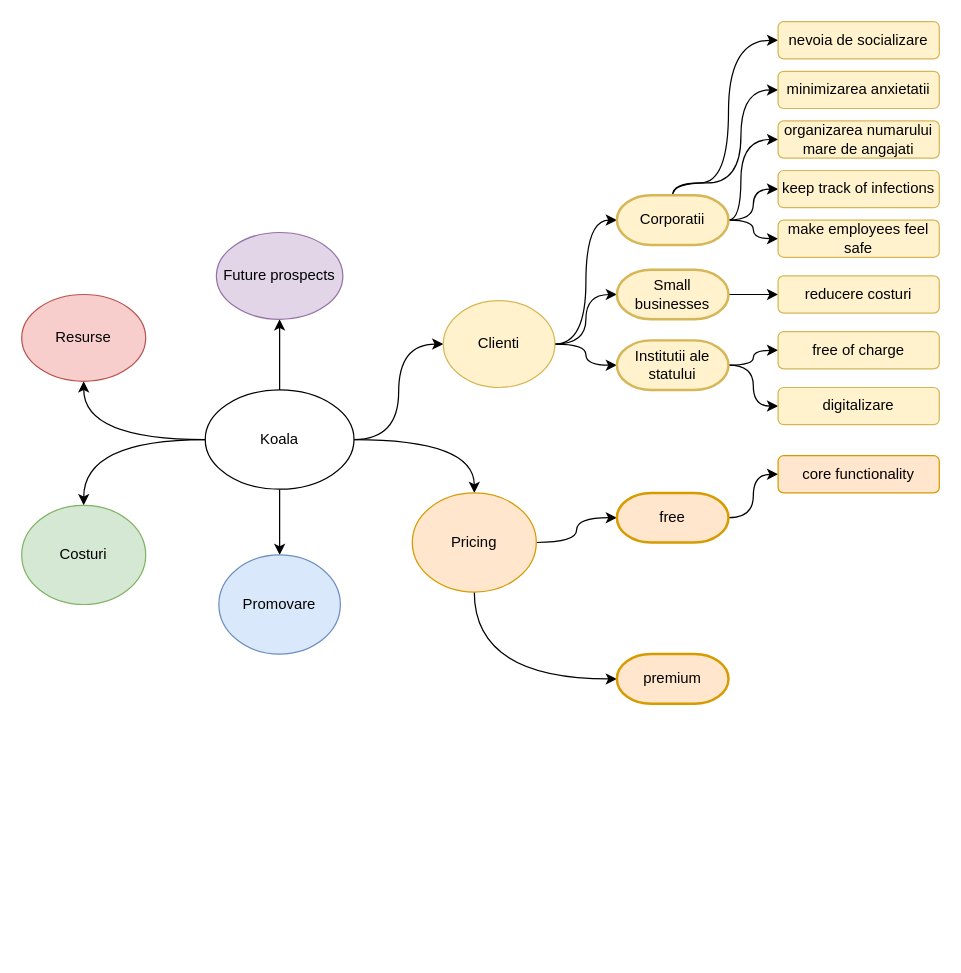
Above: Koala mind map.drawio in dariusmunteanu/Diagrams (draw.io), before the change. Source tidied: cells renumbered, new cells numbered last; positions are measured from the earlier drawing's top-left corner, leaving out a move shared by most shapes. Both pictures are drawn from the tidied source at 124%, with x=0, y=0 at pixel (21, 21).
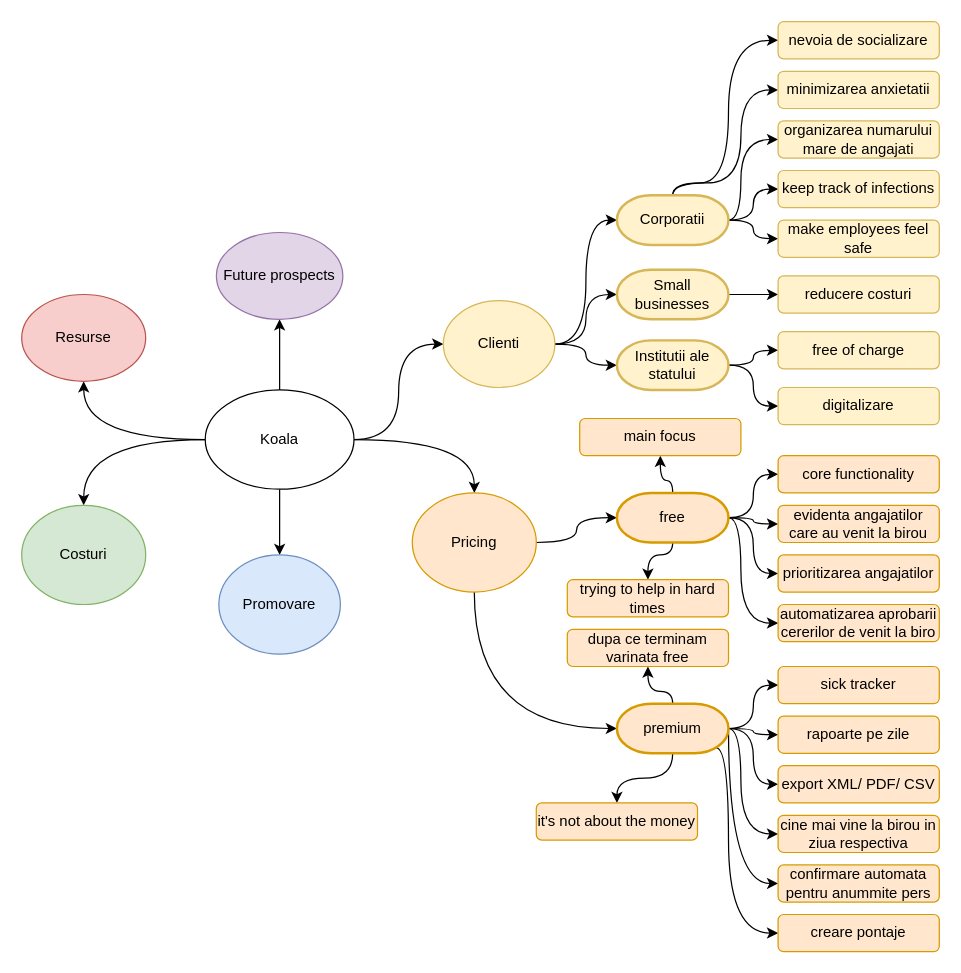
The same page after the edit.

The change refers to these unchanged cells:
```xml
<mxCell id="40" value="free" style="strokeWidth=2;html=1;shape=mxgraph.flowchart.terminator;whiteSpace=wrap;fillColor=#ffe6cc;strokeColor=#d79b00;" parent="1" vertex="1">
  <mxGeometry x="480" y="380" width="90" height="40" as="geometry" />
</mxCell>
```

Diff of the diagram source:
```diff
@@
+    <mxCell id="43" style="edgeStyle=orthogonalEdgeStyle;curved=1;jettySize=auto;html=1;entryX=0;entryY=0.5;entryDx=0;entryDy=0;" parent="1" edge="1" source="40" target="56">
+      <mxGeometry relative="1" as="geometry" />
+    </mxCell>
+    <mxCell id="44" style="edgeStyle=orthogonalEdgeStyle;curved=1;jettySize=auto;html=1;exitX=1;exitY=0.5;exitDx=0;exitDy=0;exitPerimeter=0;entryX=0;entryY=0.5;entryDx=0;entryDy=0;" parent="1" edge="1" source="40" target="57">
+      <mxGeometry relative="1" as="geometry" />
+    </mxCell>
+    <mxCell id="45" style="edgeStyle=orthogonalEdgeStyle;curved=1;jettySize=auto;html=1;exitX=1;exitY=0.5;exitDx=0;exitDy=0;exitPerimeter=0;entryX=0;entryY=0.5;entryDx=0;entryDy=0;" parent="1" edge="1" source="40" target="58">
+      <mxGeometry relative="1" as="geometry">
+        <Array as="points">
+          <mxPoint x="580" y="400" />
+          <mxPoint x="580" y="485" />
+        </Array>
+      </mxGeometry>
+    </mxCell>
+    <mxCell id="46" style="edgeStyle=orthogonalEdgeStyle;curved=1;jettySize=auto;html=1;entryX=0.5;entryY=1;entryDx=0;entryDy=0;" parent="1" edge="1" source="40" target="65">
+      <mxGeometry relative="1" as="geometry">
+        <Array as="points">
+          <mxPoint x="525" y="370" />
+          <mxPoint x="515" y="370" />
+        </Array>
+      </mxGeometry>
+    </mxCell>
+    <mxCell id="47" style="edgeStyle=orthogonalEdgeStyle;curved=1;jettySize=auto;html=1;entryX=0.5;entryY=0;entryDx=0;entryDy=0;" parent="1" edge="1" source="40" target="66">
+      <mxGeometry relative="1" as="geometry">
+        <Array as="points">
+          <mxPoint x="525" y="430" />
+          <mxPoint x="505" y="430" />
+        </Array>
+      </mxGeometry>
+    </mxCell>
@@
+    <mxCell id="48" style="edgeStyle=orthogonalEdgeStyle;curved=1;jettySize=auto;html=1;entryX=0;entryY=0.5;entryDx=0;entryDy=0;" parent="1" edge="1" source="41" target="59">
+      <mxGeometry relative="1" as="geometry" />
+    </mxCell>
+    <mxCell id="49" style="edgeStyle=orthogonalEdgeStyle;curved=1;jettySize=auto;html=1;entryX=0;entryY=0.5;entryDx=0;entryDy=0;" parent="1" edge="1" source="41" target="60">
+      <mxGeometry relative="1" as="geometry" />
+    </mxCell>
+    <mxCell id="50" style="edgeStyle=orthogonalEdgeStyle;curved=1;jettySize=auto;html=1;entryX=0;entryY=0.5;entryDx=0;entryDy=0;" parent="1" edge="1" source="41" target="61">
+      <mxGeometry relative="1" as="geometry" />
+    </mxCell>
+    <mxCell id="51" style="edgeStyle=orthogonalEdgeStyle;curved=1;jettySize=auto;html=1;entryX=0;entryY=0.5;entryDx=0;entryDy=0;" parent="1" edge="1" source="41" target="62">
+      <mxGeometry relative="1" as="geometry">
+        <Array as="points">
+          <mxPoint x="580" y="570" />
+          <mxPoint x="580" y="655" />
+        </Array>
+      </mxGeometry>
+    </mxCell>
+    <mxCell id="52" style="edgeStyle=orthogonalEdgeStyle;curved=1;jettySize=auto;html=1;exitX=1;exitY=0.5;exitDx=0;exitDy=0;exitPerimeter=0;entryX=0;entryY=0.5;entryDx=0;entryDy=0;" parent="1" edge="1" source="41" target="63">
+      <mxGeometry relative="1" as="geometry">
+        <Array as="points">
+          <mxPoint x="570" y="695" />
+        </Array>
+      </mxGeometry>
+    </mxCell>
+    <mxCell id="53" style="edgeStyle=orthogonalEdgeStyle;curved=1;jettySize=auto;html=1;exitX=0.89;exitY=0.89;exitDx=0;exitDy=0;exitPerimeter=0;entryX=0;entryY=0.5;entryDx=0;entryDy=0;" parent="1" edge="1" source="41" target="64">
+      <mxGeometry relative="1" as="geometry">
+        <Array as="points">
+          <mxPoint x="570" y="586" />
+          <mxPoint x="570" y="735" />
+        </Array>
+      </mxGeometry>
+    </mxCell>
+    <mxCell id="54" style="edgeStyle=orthogonalEdgeStyle;curved=1;jettySize=auto;html=1;" parent="1" edge="1" source="41" target="67">
+      <mxGeometry relative="1" as="geometry">
+        <Array as="points">
+          <mxPoint x="525" y="540" />
+          <mxPoint x="505" y="540" />
+        </Array>
+      </mxGeometry>
+    </mxCell>
+    <mxCell id="55" style="edgeStyle=orthogonalEdgeStyle;curved=1;jettySize=auto;html=1;entryX=0.5;entryY=0;entryDx=0;entryDy=0;" parent="1" edge="1" source="41" target="68">
+      <mxGeometry relative="1" as="geometry" />
+    </mxCell>
     <mxCell id="41" value="premium" style="strokeWidth=2;html=1;shape=mxgraph.flowchart.terminator;whiteSpace=wrap;fillColor=#ffe6cc;strokeColor=#d79b00;" parent="1" vertex="1">
-      <mxGeometry x="480" y="510" width="90" height="40" as="geometry" />
+      <mxGeometry x="480" y="550" width="90" height="40" as="geometry" />
     </mxCell>
@@
+    <mxCell id="56" value="evidenta angajatilor care au venit la birou" style="rounded=1;whiteSpace=wrap;html=1;fillColor=#ffe6cc;strokeColor=#d79b00;" parent="1" vertex="1">
+      <mxGeometry x="610" y="390" width="130" height="30" as="geometry" />
+    </mxCell>
+    <mxCell id="57" value="prioritizarea angajatilor" style="rounded=1;whiteSpace=wrap;html=1;fillColor=#ffe6cc;strokeColor=#d79b00;" parent="1" vertex="1">
+      <mxGeometry x="610" y="430" width="130" height="30" as="geometry" />
+    </mxCell>
+    <mxCell id="58" value="automatizarea aprobarii cererilor de venit la biro" style="rounded=1;whiteSpace=wrap;html=1;fillColor=#ffe6cc;strokeColor=#d79b00;" parent="1" vertex="1">
+      <mxGeometry x="610" y="470" width="130" height="30" as="geometry" />
+    </mxCell>
+    <mxCell id="59" value="sick tracker" style="rounded=1;whiteSpace=wrap;html=1;fillColor=#ffe6cc;strokeColor=#d79b00;" parent="1" vertex="1">
+      <mxGeometry x="610" y="520" width="130" height="30" as="geometry" />
+    </mxCell>
+    <mxCell id="60" value="rapoarte pe zile" style="rounded=1;whiteSpace=wrap;html=1;fillColor=#ffe6cc;strokeColor=#d79b00;" parent="1" vertex="1">
+      <mxGeometry x="610" y="560" width="130" height="30" as="geometry" />
+    </mxCell>
+    <mxCell id="61" value="export XML/ PDF/ CSV" style="rounded=1;whiteSpace=wrap;html=1;fillColor=#ffe6cc;strokeColor=#d79b00;" parent="1" vertex="1">
+      <mxGeometry x="610" y="600" width="130" height="30" as="geometry" />
+    </mxCell>
+    <mxCell id="62" value="cine mai vine la birou in ziua respectiva" style="rounded=1;whiteSpace=wrap;html=1;fillColor=#ffe6cc;strokeColor=#d79b00;" parent="1" vertex="1">
+      <mxGeometry x="610" y="640" width="130" height="30" as="geometry" />
+    </mxCell>
+    <mxCell id="63" value="confirmare automata pentru anummite pers" style="rounded=1;whiteSpace=wrap;html=1;fillColor=#ffe6cc;strokeColor=#d79b00;" parent="1" vertex="1">
+      <mxGeometry x="610" y="680" width="130" height="30" as="geometry" />
+    </mxCell>
+    <mxCell id="64" value="creare pontaje" style="rounded=1;whiteSpace=wrap;html=1;fillColor=#ffe6cc;strokeColor=#d79b00;" parent="1" vertex="1">
+      <mxGeometry x="610" y="720" width="130" height="30" as="geometry" />
+    </mxCell>
+    <mxCell id="65" value="main focus" style="rounded=1;whiteSpace=wrap;html=1;fillColor=#ffe6cc;strokeColor=#d79b00;" parent="1" vertex="1">
+      <mxGeometry x="450" y="320" width="130" height="30" as="geometry" />
+    </mxCell>
+    <mxCell id="66" value="trying to help in hard times" style="rounded=1;whiteSpace=wrap;html=1;fillColor=#ffe6cc;strokeColor=#d79b00;" parent="1" vertex="1">
+      <mxGeometry x="440" y="450" width="130" height="30" as="geometry" />
+    </mxCell>
+    <mxCell id="67" value="dupa ce terminam varinata free" style="rounded=1;whiteSpace=wrap;html=1;fillColor=#ffe6cc;strokeColor=#d79b00;" parent="1" vertex="1">
+      <mxGeometry x="440" y="490" width="130" height="30" as="geometry" />
+    </mxCell>
+    <mxCell id="68" value="it's not about the money" style="rounded=1;whiteSpace=wrap;html=1;fillColor=#ffe6cc;strokeColor=#d79b00;" parent="1" vertex="1">
+      <mxGeometry x="415" y="630" width="130" height="30" as="geometry" />
+    </mxCell>
```
